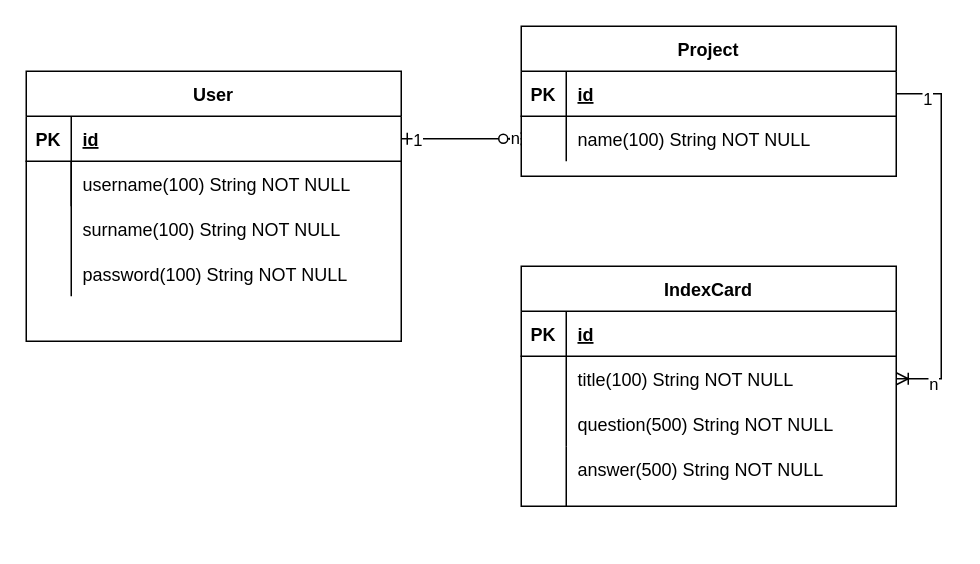
The draw.io diagram indexcards-doku/docs/images/indexcards-er-diagramm.drawio in 7ubi/indexcards, before the edit. Source tidied: cells renumbered, new cells numbered last; positions are measured from the earlier drawing's top-left corner, leaving out a move shared by most shapes. Both pictures are drawn from the tidied source at 150%, with x=0, y=0 at pixel (26, 26).
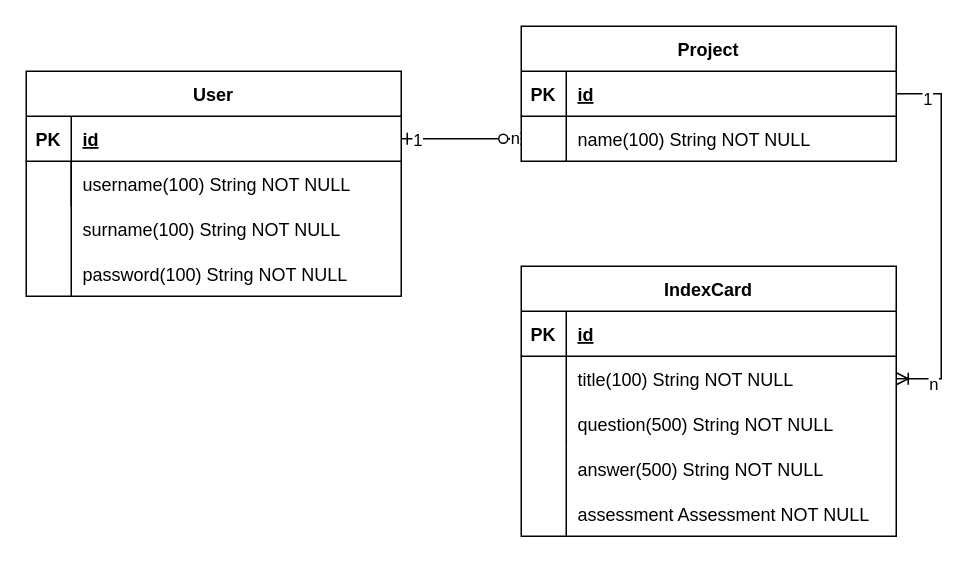
After the change.

The edit, as a diff of the source:
```diff
@@
     <mxCell id="5" value="Project" style="shape=table;startSize=30;childLayout=tableLayout;rowLines=0;fontStyle=1;align=center;" parent="1" vertex="1">
-      <mxGeometry x="330" width="250" height="100" as="geometry" />
+      <mxGeometry x="330" width="250" height="90" as="geometry" />
     </mxCell>
@@
     <mxCell id="12" value="IndexCard" style="shape=table;startSize=30;childLayout=tableLayout;rowLines=0;fontStyle=1;align=center;" parent="1" vertex="1">
-      <mxGeometry x="330" y="160" width="250" height="160" as="geometry" />
+      <mxGeometry x="330" y="160" width="250" height="180" as="geometry" />
     </mxCell>
@@
     <mxCell id="22" value="User" style="shape=table;startSize=30;childLayout=tableLayout;rowLines=0;fontStyle=1;align=center;" parent="1" vertex="1">
-      <mxGeometry y="30" width="250" height="180" as="geometry" />
+      <mxGeometry y="30" width="250" height="150" as="geometry" />
     </mxCell>
@@
     <mxCell id="33" style="endArrow=none;html=1;rounded=0;" parent="1" edge="1">
       <mxGeometry relative="1" as="geometry">
-        <mxPoint x="360" y="320" as="sourcePoint" />
+        <mxPoint x="360" y="340" as="sourcePoint" />
         <mxPoint x="360" y="280" as="targetPoint" />
       </mxGeometry>
     </mxCell>
@@
+    <mxCell id="37" value="assessment Assessment NOT NULL" style="shape=partialRectangle;overflow=hidden;fillColor=none;top=0;left=0;bottom=0;right=0;align=left;spacingLeft=6;" parent="1" vertex="1">
+      <mxGeometry x="360" y="310" width="220" height="30" as="geometry" />
+    </mxCell>
```
